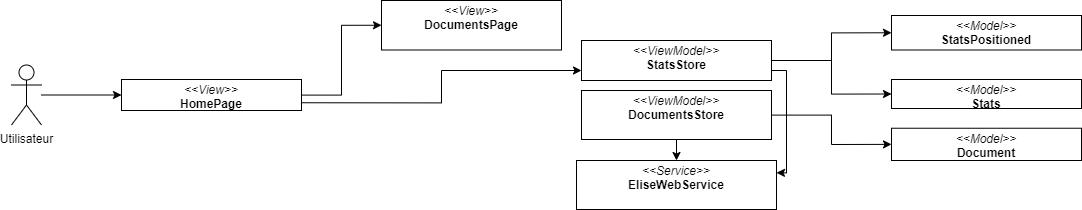
Before: images_pfe/dca_sprint7.png, a diagram exported from draw.io (PFE-Neoledge-2023/rapport). Source tidied: cells renumbered, new cells last; positions are measured from the earlier drawing's top-left corner, leaving out a move shared by most shapes. The source it was exported from:
```xml
<mxGraphModel>
  <root>
    <mxCell id="0" />
    <mxCell id="1" parent="0" />
    <mxCell id="2" style="edgeStyle=orthogonalEdgeStyle;html=1;entryX=0;entryY=0.25;entryDx=0;entryDy=0;rounded=0;" parent="1" edge="1">
      <mxGeometry relative="1" as="geometry" />
    </mxCell>
    <mxCell id="3" style="edgeStyle=orthogonalEdgeStyle;rounded=0;html=1;entryX=0;entryY=0.5;entryDx=0;entryDy=0;" parent="1" edge="1" source="4" target="13">
      <mxGeometry relative="1" as="geometry" />
    </mxCell>
    <mxCell id="4" value="Utilisateur" style="shape=umlActor;verticalLabelPosition=bottom;verticalAlign=top;html=1;outlineConnect=0;" parent="1" vertex="1">
      <mxGeometry y="64.5" width="30" height="60" as="geometry" />
    </mxCell>
    <mxCell id="5" value="&lt;p style=&quot;margin:0px;margin-top:4px;text-align:center;&quot;&gt;&lt;i&gt;&amp;lt;&amp;lt;View&amp;gt;&amp;gt;&lt;/i&gt;&lt;br&gt;&lt;b&gt;DocumentsPage&lt;/b&gt;&lt;/p&gt;" style="verticalAlign=top;align=left;overflow=fill;fontSize=12;fontFamily=Helvetica;html=1;whiteSpace=wrap;" parent="1" vertex="1">
      <mxGeometry x="370" width="180" height="49.5" as="geometry" />
    </mxCell>
    <mxCell id="6" style="edgeStyle=orthogonalEdgeStyle;rounded=0;html=1;entryX=0;entryY=0.5;entryDx=0;entryDy=0;" parent="1" edge="1" source="9" target="18">
      <mxGeometry relative="1" as="geometry" />
    </mxCell>
    <mxCell id="7" style="edgeStyle=orthogonalEdgeStyle;rounded=0;html=1;entryX=0;entryY=0.5;entryDx=0;entryDy=0;" parent="1" edge="1" source="9" target="17">
      <mxGeometry relative="1" as="geometry" />
    </mxCell>
    <mxCell id="8" style="edgeStyle=orthogonalEdgeStyle;rounded=0;html=1;exitX=1;exitY=0.75;exitDx=0;exitDy=0;entryX=1;entryY=0.25;entryDx=0;entryDy=0;" parent="1" edge="1" source="9" target="10">
      <mxGeometry relative="1" as="geometry" />
    </mxCell>
    <mxCell id="9" value="&lt;p style=&quot;margin:0px;margin-top:4px;text-align:center;&quot;&gt;&lt;i&gt;&amp;lt;&amp;lt;ViewModel&amp;gt;&amp;gt;&lt;/i&gt;&lt;br&gt;&lt;b&gt;StatsStore&lt;/b&gt;&lt;/p&gt;&lt;p style=&quot;margin:0px;margin-left:4px;&quot;&gt;&lt;br&gt;&lt;/p&gt;" style="verticalAlign=top;align=left;overflow=fill;fontSize=12;fontFamily=Helvetica;html=1;whiteSpace=wrap;" parent="1" vertex="1">
      <mxGeometry x="570" y="40" width="190" height="40" as="geometry" />
    </mxCell>
    <mxCell id="10" value="&lt;p style=&quot;margin:0px;margin-top:4px;text-align:center;&quot;&gt;&lt;i&gt;&amp;lt;&amp;lt;Service&amp;gt;&amp;gt;&lt;/i&gt;&lt;br&gt;&lt;b&gt;EliseWebService&lt;/b&gt;&lt;/p&gt;&lt;p style=&quot;margin:0px;margin-left:4px;&quot;&gt;&lt;br&gt;&lt;/p&gt;" style="verticalAlign=top;align=left;overflow=fill;fontSize=12;fontFamily=Helvetica;html=1;whiteSpace=wrap;" parent="1" vertex="1">
      <mxGeometry x="565" y="160" width="200" height="49" as="geometry" />
    </mxCell>
    <mxCell id="11" style="edgeStyle=orthogonalEdgeStyle;rounded=0;html=1;entryX=0;entryY=0.5;entryDx=0;entryDy=0;" parent="1" edge="1" source="13" target="5">
      <mxGeometry relative="1" as="geometry" />
    </mxCell>
    <mxCell id="12" style="edgeStyle=orthogonalEdgeStyle;rounded=0;html=1;entryX=0;entryY=0.75;entryDx=0;entryDy=0;exitX=1;exitY=0.75;exitDx=0;exitDy=0;" parent="1" edge="1" source="13" target="9">
      <mxGeometry relative="1" as="geometry" />
    </mxCell>
    <mxCell id="13" value="&lt;p style=&quot;margin:0px;margin-top:4px;text-align:center;&quot;&gt;&lt;i&gt;&amp;lt;&amp;lt;View&amp;gt;&amp;gt;&lt;/i&gt;&lt;br&gt;&lt;b&gt;HomePage&lt;/b&gt;&lt;/p&gt;&lt;p style=&quot;border-color: var(--border-color); margin: 0px 0px 0px 4px;&quot;&gt;&lt;br&gt;&lt;/p&gt;" style="verticalAlign=top;align=left;overflow=fill;fontSize=12;fontFamily=Helvetica;html=1;whiteSpace=wrap;" parent="1" vertex="1">
      <mxGeometry x="110" y="79" width="180" height="31" as="geometry" />
    </mxCell>
    <mxCell id="14" style="edgeStyle=orthogonalEdgeStyle;rounded=0;html=1;entryX=0;entryY=0.5;entryDx=0;entryDy=0;" parent="1" edge="1" source="16" target="19">
      <mxGeometry relative="1" as="geometry" />
    </mxCell>
    <mxCell id="15" style="edgeStyle=orthogonalEdgeStyle;rounded=0;html=1;entryX=0.5;entryY=0;entryDx=0;entryDy=0;" parent="1" edge="1" source="16" target="10">
      <mxGeometry relative="1" as="geometry" />
    </mxCell>
    <mxCell id="16" value="&lt;p style=&quot;margin:0px;margin-top:4px;text-align:center;&quot;&gt;&lt;i&gt;&amp;lt;&amp;lt;ViewModel&amp;gt;&amp;gt;&lt;/i&gt;&lt;br&gt;&lt;b&gt;DocumentsStore&lt;/b&gt;&lt;/p&gt;&lt;p style=&quot;margin:0px;margin-left:4px;&quot;&gt;&lt;br&gt;&lt;/p&gt;" style="verticalAlign=top;align=left;overflow=fill;fontSize=12;fontFamily=Helvetica;html=1;whiteSpace=wrap;" parent="1" vertex="1">
      <mxGeometry x="570" y="90" width="190" height="49" as="geometry" />
    </mxCell>
    <mxCell id="17" value="&lt;p style=&quot;margin:0px;margin-top:4px;text-align:center;&quot;&gt;&lt;i&gt;&amp;lt;&amp;lt;Model&amp;gt;&amp;gt;&lt;/i&gt;&lt;br&gt;&lt;b&gt;StatsPositioned&lt;/b&gt;&lt;br&gt;&lt;/p&gt;&lt;p style=&quot;margin:0px;margin-left:4px;&quot;&gt;&lt;br&gt;&lt;/p&gt;&lt;div&gt;&lt;br&gt;&lt;/div&gt;" style="verticalAlign=top;align=left;overflow=fill;fontSize=12;fontFamily=Helvetica;html=1;whiteSpace=wrap;" parent="1" vertex="1">
      <mxGeometry x="880" y="15" width="190" height="34.5" as="geometry" />
    </mxCell>
    <mxCell id="18" value="&lt;p style=&quot;margin:0px;margin-top:4px;text-align:center;&quot;&gt;&lt;i&gt;&amp;lt;&amp;lt;Model&amp;gt;&amp;gt;&lt;/i&gt;&lt;br&gt;&lt;b&gt;Stats&lt;/b&gt;&lt;br&gt;&lt;/p&gt;&lt;p style=&quot;margin:0px;margin-left:4px;&quot;&gt;&lt;br&gt;&lt;/p&gt;&lt;div&gt;&lt;br&gt;&lt;/div&gt;" style="verticalAlign=top;align=left;overflow=fill;fontSize=12;fontFamily=Helvetica;html=1;whiteSpace=wrap;" parent="1" vertex="1">
      <mxGeometry x="880" y="79" width="190" height="29" as="geometry" />
    </mxCell>
    <mxCell id="19" value="&lt;p style=&quot;margin:0px;margin-top:4px;text-align:center;&quot;&gt;&lt;i&gt;&amp;lt;&amp;lt;Model&amp;gt;&amp;gt;&lt;/i&gt;&lt;br&gt;&lt;b&gt;Document&lt;/b&gt;&lt;/p&gt;&lt;p style=&quot;margin: 0px 0px 0px 4px;&quot;&gt;&lt;br&gt;&lt;/p&gt;" style="verticalAlign=top;align=left;overflow=fill;fontSize=12;fontFamily=Helvetica;html=1;whiteSpace=wrap;" parent="1" vertex="1">
      <mxGeometry x="880" y="127.7" width="190" height="32.3" as="geometry" />
    </mxCell>
  </root>
</mxGraphModel>
```
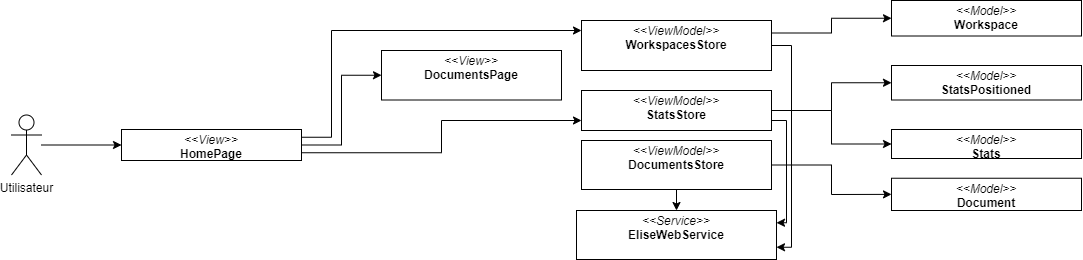
After the commit.

What changed in the source:
```diff
@@ -35,6 +35,15 @@
     <mxCell id="12" style="edgeStyle=orthogonalEdgeStyle;rounded=0;html=1;entryX=0;entryY=0.75;entryDx=0;entryDy=0;exitX=1;exitY=0.75;exitDx=0;exitDy=0;" parent="1" edge="1" source="13" target="9">
       <mxGeometry relative="1" as="geometry" />
     </mxCell>
+    <mxCell id="20" style="edgeStyle=orthogonalEdgeStyle;rounded=0;html=1;exitX=1;exitY=0.25;exitDx=0;exitDy=0;entryX=0.006;entryY=0.198;entryDx=0;entryDy=0;strokeColor=default;entryPerimeter=0;" parent="1" edge="1" source="13" target="23">
+      <mxGeometry relative="1" as="geometry">
+        <Array as="points">
+          <mxPoint x="320" y="87" />
+          <mxPoint x="320" y="-20" />
+          <mxPoint x="570" y="-20" />
+        </Array>
+      </mxGeometry>
+    </mxCell>
     <mxCell id="13" value="&lt;p style=&quot;margin:0px;margin-top:4px;text-align:center;&quot;&gt;&lt;i&gt;&amp;lt;&amp;lt;View&amp;gt;&amp;gt;&lt;/i&gt;&lt;br&gt;&lt;b&gt;HomePage&lt;/b&gt;&lt;/p&gt;&lt;p style=&quot;border-color: var(--border-color); margin: 0px 0px 0px 4px;&quot;&gt;&lt;br&gt;&lt;/p&gt;" style="verticalAlign=top;align=left;overflow=fill;fontSize=12;fontFamily=Helvetica;html=1;whiteSpace=wrap;" parent="1" vertex="1">
       <mxGeometry x="110" y="79" width="180" height="31" as="geometry" />
     </mxCell>
@@ -56,5 +65,22 @@
     <mxCell id="19" value="&lt;p style=&quot;margin:0px;margin-top:4px;text-align:center;&quot;&gt;&lt;i&gt;&amp;lt;&amp;lt;Model&amp;gt;&amp;gt;&lt;/i&gt;&lt;br&gt;&lt;b&gt;Document&lt;/b&gt;&lt;/p&gt;&lt;p style=&quot;margin: 0px 0px 0px 4px;&quot;&gt;&lt;br&gt;&lt;/p&gt;" style="verticalAlign=top;align=left;overflow=fill;fontSize=12;fontFamily=Helvetica;html=1;whiteSpace=wrap;" parent="1" vertex="1">
       <mxGeometry x="880" y="127.7" width="190" height="32.3" as="geometry" />
     </mxCell>
+    <mxCell id="21" style="edgeStyle=orthogonalEdgeStyle;rounded=0;html=1;entryX=1;entryY=0.75;entryDx=0;entryDy=0;strokeColor=default;" parent="1" edge="1" source="23" target="10">
+      <mxGeometry relative="1" as="geometry">
+        <Array as="points">
+          <mxPoint x="780" y="-5" />
+          <mxPoint x="780" y="197" />
+        </Array>
+      </mxGeometry>
+    </mxCell>
+    <mxCell id="22" style="edgeStyle=orthogonalEdgeStyle;rounded=0;html=1;exitX=1;exitY=0.25;exitDx=0;exitDy=0;entryX=0;entryY=0.5;entryDx=0;entryDy=0;strokeColor=default;" parent="1" edge="1" source="23" target="24">
+      <mxGeometry relative="1" as="geometry" />
+    </mxCell>
+    <mxCell id="23" value="&lt;p style=&quot;margin:0px;margin-top:4px;text-align:center;&quot;&gt;&lt;i&gt;&amp;lt;&amp;lt;ViewModel&amp;gt;&amp;gt;&lt;/i&gt;&lt;br&gt;&lt;b&gt;WorkspacesStore&lt;/b&gt;&lt;br&gt;&lt;/p&gt;&lt;p style=&quot;margin:0px;margin-left:4px;&quot;&gt;&lt;br&gt;&lt;/p&gt;" style="verticalAlign=top;align=left;overflow=fill;fontSize=12;fontFamily=Helvetica;html=1;whiteSpace=wrap;" parent="1" vertex="1">
+      <mxGeometry x="570" y="-30" width="190" height="50" as="geometry" />
+    </mxCell>
+    <mxCell id="24" value="&lt;p style=&quot;margin:0px;margin-top:4px;text-align:center;&quot;&gt;&lt;i&gt;&amp;lt;&amp;lt;Model&amp;gt;&amp;gt;&lt;/i&gt;&lt;br&gt;&lt;b&gt;Workspace&lt;/b&gt;&lt;br&gt;&lt;/p&gt;&lt;p style=&quot;margin: 0px 0px 0px 4px;&quot;&gt;&lt;br&gt;&lt;/p&gt;" style="verticalAlign=top;align=left;overflow=fill;fontSize=12;fontFamily=Helvetica;html=1;whiteSpace=wrap;" parent="1" vertex="1">
+      <mxGeometry x="880" y="-50" width="190" height="35.5" as="geometry" />
+    </mxCell>
   </root>
 </mxGraphModel>
```
